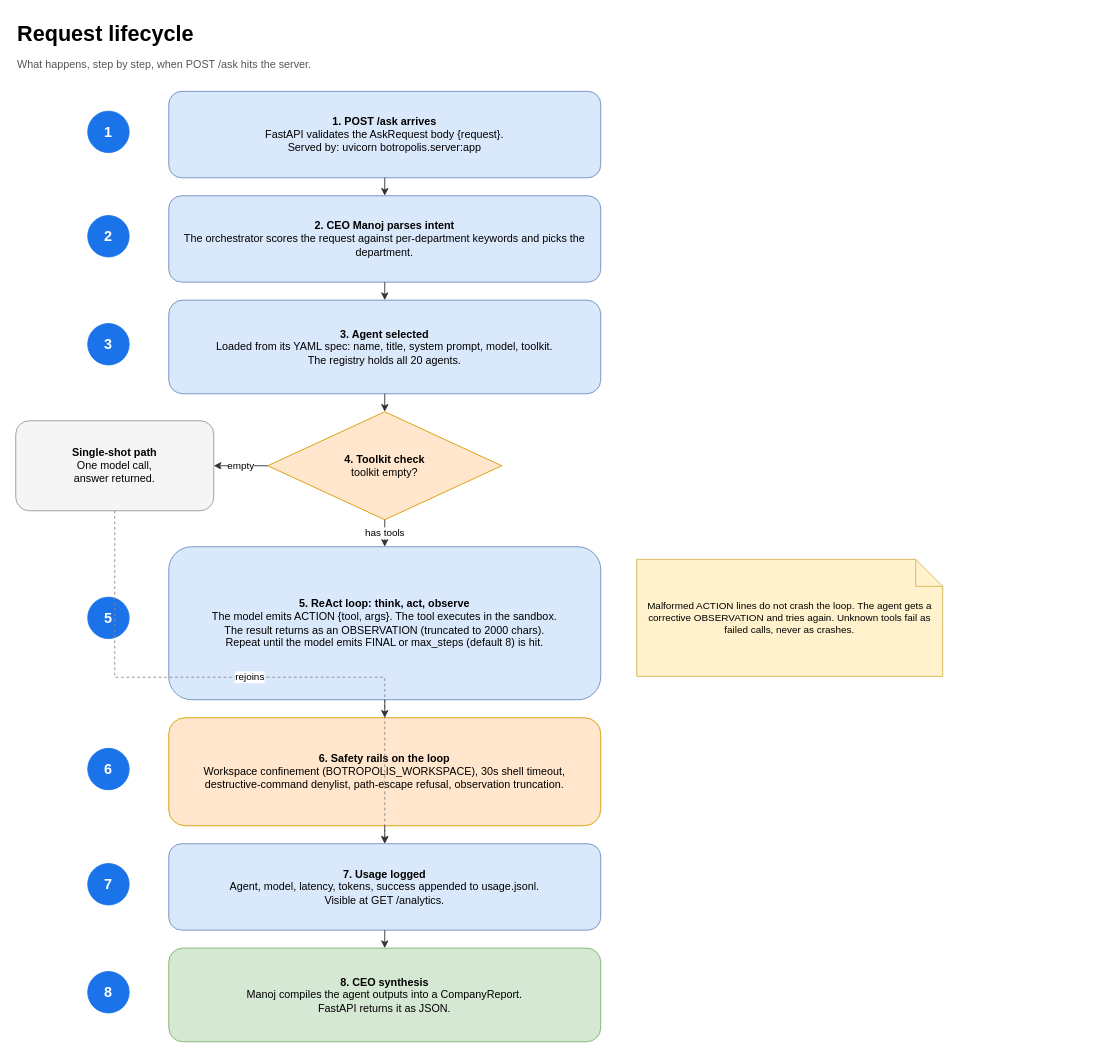
kagithamanoj/botropolis keeps this draw.io diagram as page "Request lifecycle" (2 of 4) of docs/architecture.drawio. Above is the earlier version. Source tidied: cells renumbered, new cells numbered last; positions are measured from the earlier drawing's top-left corner, leaving out a move shared by most shapes. Both pictures are drawn from the tidied source at 90%, with x=0, y=0 at pixel (15, 15).
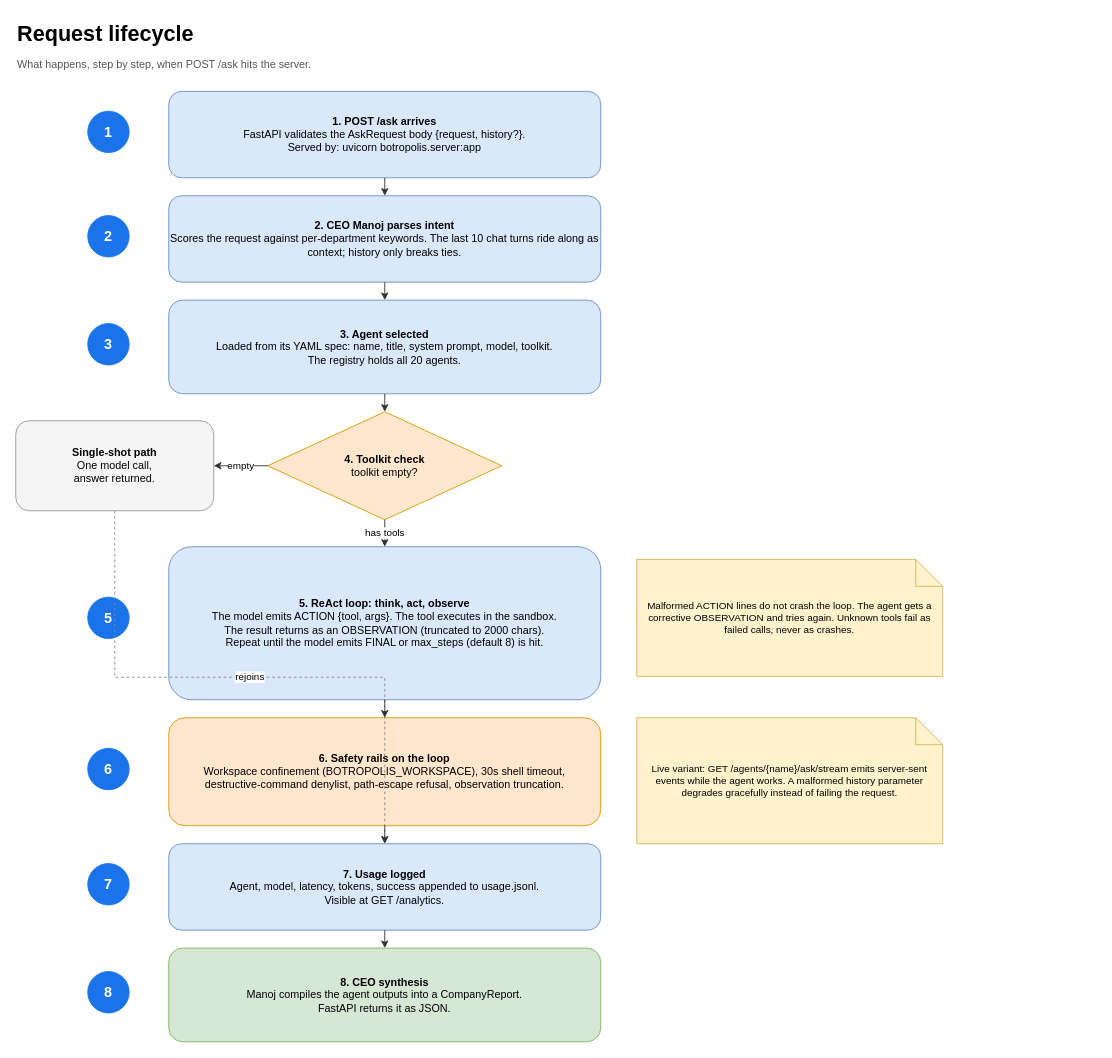
Above is the later version.

Commit message (it also covers changes not shown here):
docs: refresh architecture diagrams for streaming, notebook, chat history

System overview now shows the SSE stream endpoint, the company
notebook, the botropolis CLI, history-aware routing, and the new
Gmail/calendar toolkits. Request lifecycle covers chat history and
the streaming variant. Teaming notes the web UI tab. Training
pipeline notes the scenario eval harness.

Diff of the diagram source:
```diff
@@
-    <mxCell id="4" value="&lt;b&gt;1. POST /ask arrives&lt;/b&gt;&lt;br&gt;FastAPI validates the AskRequest body {request}.&lt;br&gt;Served by: uvicorn botropolis.server:app" style="rounded=1;whiteSpace=wrap;html=1;fillColor=#dae8fc;strokeColor=#6c8ebf;" parent="1" vertex="1">
+    <mxCell id="4" value="&lt;b&gt;1. POST /ask arrives&lt;/b&gt;&lt;br&gt;FastAPI validates the AskRequest body {request, history?}.&lt;br&gt;Served by: uvicorn botropolis.server:app" style="rounded=1;whiteSpace=wrap;html=1;fillColor=#dae8fc;strokeColor=#6c8ebf;" parent="1" vertex="1">
       <mxGeometry x="170" y="84" width="480" height="96" as="geometry" />
     </mxCell>
@@
-    <mxCell id="6" value="&lt;b&gt;2. CEO Manoj parses intent&lt;/b&gt;&lt;br&gt;The orchestrator scores the request against per-department keywords and picks the department." style="rounded=1;whiteSpace=wrap;html=1;fillColor=#dae8fc;strokeColor=#6c8ebf;" parent="1" vertex="1">
+    <mxCell id="6" value="&lt;b&gt;2. CEO Manoj parses intent&lt;/b&gt;&lt;br&gt;Scores the request against per-department keywords. The last 10 chat turns ride along as context; history only breaks ties." style="rounded=1;whiteSpace=wrap;html=1;fillColor=#dae8fc;strokeColor=#6c8ebf;" parent="1" vertex="1">
       <mxGeometry x="170" y="200" width="480" height="96" as="geometry" />
     </mxCell>
@@
+    <mxCell id="31" value="Live variant: GET /agents/{name}/ask/stream emits server-sent events while the agent works. A malformed history parameter degrades gracefully instead of failing the request." style="shape=note;whiteSpace=wrap;html=1;backgroundOutline=1;fillColor=#fff2cc;strokeColor=#d6b656;fontSize=11;" parent="1" vertex="1">
+      <mxGeometry x="690" y="780" width="340" height="140" as="geometry" />
+    </mxCell>
```
